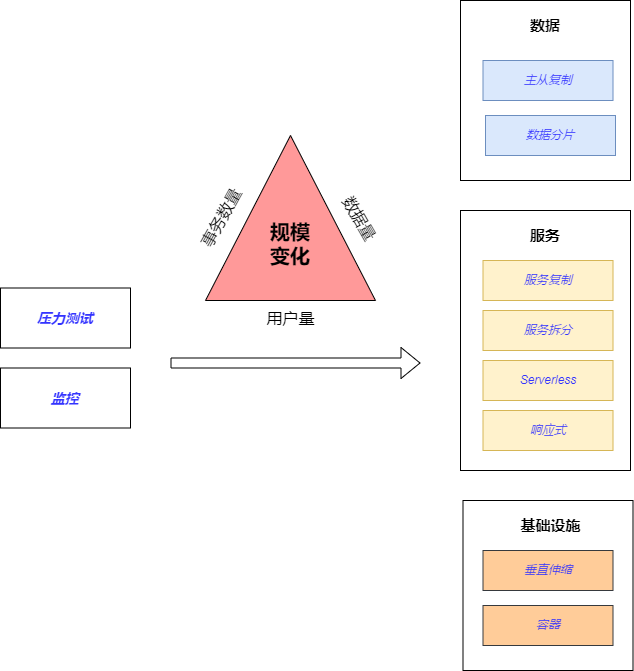
Before: image/scalability.drawio.png, a diagram exported from draw.io (codefossil/javabook). Source tidied: cells renumbered, new cells last; positions are measured from the earlier drawing's top-left corner, leaving out a move shared by most shapes. Its diagram source:
```xml
<mxGraphModel>
  <root>
    <mxCell id="0" />
    <mxCell id="1" parent="0" />
    <mxCell id="2" value="&lt;font color=&quot;#3333ff&quot;&gt;&lt;i&gt;&lt;br&gt;&lt;/i&gt;&lt;/font&gt;" style="rounded=0;whiteSpace=wrap;html=1;" parent="1" vertex="1">
      <mxGeometry x="462.5" y="500" width="170" height="170" as="geometry" />
    </mxCell>
    <mxCell id="3" value="基础设施" style="text;html=1;strokeColor=none;fillColor=none;align=center;verticalAlign=middle;whiteSpace=wrap;rounded=0;fontColor=#000000;fontStyle=1;fontSize=15;" parent="1" vertex="1">
      <mxGeometry x="517.5" y="510" width="65" height="30" as="geometry" />
    </mxCell>
    <mxCell id="4" value="&lt;font color=&quot;#3333ff&quot;&gt;&lt;i&gt;&lt;br&gt;&lt;/i&gt;&lt;/font&gt;" style="rounded=0;whiteSpace=wrap;html=1;" parent="1" vertex="1">
      <mxGeometry x="460" y="210" width="170" height="260" as="geometry" />
    </mxCell>
    <mxCell id="5" value="&lt;font color=&quot;#3333ff&quot;&gt;&lt;i&gt;&lt;br&gt;&lt;/i&gt;&lt;/font&gt;" style="rounded=0;whiteSpace=wrap;html=1;" parent="1" vertex="1">
      <mxGeometry x="460" width="170" height="180" as="geometry" />
    </mxCell>
    <mxCell id="6" value="&lt;font color=&quot;#3333ff&quot;&gt;&lt;i&gt;数据分片&lt;br&gt;&lt;/i&gt;&lt;/font&gt;" style="rounded=0;whiteSpace=wrap;html=1;fillColor=#dae8fc;strokeColor=#6c8ebf;" parent="1" vertex="1">
      <mxGeometry x="485" y="115" width="130" height="40" as="geometry" />
    </mxCell>
    <mxCell id="7" value="&lt;font color=&quot;#3333ff&quot;&gt;&lt;i&gt;主从复制&lt;br&gt;&lt;/i&gt;&lt;/font&gt;" style="rounded=0;whiteSpace=wrap;html=1;fillColor=#dae8fc;strokeColor=#6c8ebf;" parent="1" vertex="1">
      <mxGeometry x="482.5" y="60" width="130" height="40" as="geometry" />
    </mxCell>
    <mxCell id="8" value="&lt;div style=&quot;text-align: left&quot;&gt;&lt;/div&gt;&lt;font&gt;&lt;b style=&quot;font-size: 14px&quot;&gt;&lt;font color=&quot;#3333ff&quot;&gt;&lt;i&gt;压力测试&lt;/i&gt;&lt;/font&gt;&lt;br&gt;&lt;/b&gt;&lt;/font&gt;" style="rounded=0;whiteSpace=wrap;html=1;" parent="1" vertex="1">
      <mxGeometry y="287.5" width="130" height="60" as="geometry" />
    </mxCell>
    <mxCell id="9" value="数据" style="text;html=1;strokeColor=none;fillColor=none;align=center;verticalAlign=middle;whiteSpace=wrap;rounded=0;fontColor=#000000;fontStyle=1;fontSize=15;" parent="1" vertex="1">
      <mxGeometry x="515" y="10" width="60" height="30" as="geometry" />
    </mxCell>
    <mxCell id="10" value="服务" style="text;html=1;strokeColor=none;fillColor=none;align=center;verticalAlign=middle;whiteSpace=wrap;rounded=0;fontColor=#000000;fontStyle=1;fontSize=15;" parent="1" vertex="1">
      <mxGeometry x="515" y="220" width="60" height="30" as="geometry" />
    </mxCell>
    <mxCell id="11" value="&lt;font color=&quot;#3333ff&quot;&gt;&lt;i&gt;服务拆分&lt;br&gt;&lt;/i&gt;&lt;/font&gt;" style="rounded=0;whiteSpace=wrap;html=1;fillColor=#fff2cc;strokeColor=#d6b656;" parent="1" vertex="1">
      <mxGeometry x="482.5" y="310" width="130" height="40" as="geometry" />
    </mxCell>
    <mxCell id="12" value="&lt;font color=&quot;#3333ff&quot;&gt;&lt;i&gt;Serverless&lt;br&gt;&lt;/i&gt;&lt;/font&gt;" style="rounded=0;whiteSpace=wrap;html=1;fillColor=#fff2cc;strokeColor=#d6b656;" parent="1" vertex="1">
      <mxGeometry x="482.5" y="360" width="130" height="40" as="geometry" />
    </mxCell>
    <mxCell id="13" value="&lt;font color=&quot;#3333ff&quot;&gt;&lt;i&gt;响应式&lt;br&gt;&lt;/i&gt;&lt;/font&gt;" style="rounded=0;whiteSpace=wrap;html=1;fillColor=#fff2cc;strokeColor=#d6b656;" parent="1" vertex="1">
      <mxGeometry x="482.5" y="410" width="130" height="40" as="geometry" />
    </mxCell>
    <mxCell id="14" value="&lt;font color=&quot;#3333ff&quot;&gt;&lt;i&gt;垂直伸缩&lt;br&gt;&lt;/i&gt;&lt;/font&gt;" style="rounded=0;whiteSpace=wrap;html=1;fillColor=#ffcc99;strokeColor=#36393d;" parent="1" vertex="1">
      <mxGeometry x="482.5" y="550" width="130" height="40" as="geometry" />
    </mxCell>
    <mxCell id="15" value="&lt;font color=&quot;#3333ff&quot;&gt;&lt;i&gt;容器&lt;br&gt;&lt;/i&gt;&lt;/font&gt;" style="rounded=0;whiteSpace=wrap;html=1;fillColor=#ffcc99;strokeColor=#36393d;" parent="1" vertex="1">
      <mxGeometry x="482.5" y="605" width="130" height="40" as="geometry" />
    </mxCell>
    <mxCell id="16" value="&lt;div style=&quot;text-align: left&quot;&gt;&lt;/div&gt;&lt;font&gt;&lt;b style=&quot;font-size: 14px&quot;&gt;&lt;font color=&quot;#3333ff&quot;&gt;&lt;i&gt;监控&lt;/i&gt;&lt;/font&gt;&lt;br&gt;&lt;/b&gt;&lt;/font&gt;" style="rounded=0;whiteSpace=wrap;html=1;" parent="1" vertex="1">
      <mxGeometry y="367.5" width="130" height="60" as="geometry" />
    </mxCell>
    <mxCell id="17" value="&lt;span style=&quot;font-weight: normal&quot;&gt;用户量&lt;/span&gt;" style="text;strokeColor=none;fillColor=none;html=1;fontSize=16;fontStyle=1;verticalAlign=middle;align=center;fontColor=#000000;" parent="1" vertex="1">
      <mxGeometry x="240" y="297.5" width="100" height="40" as="geometry" />
    </mxCell>
    <mxCell id="18" value="&lt;span style=&quot;font-weight: normal&quot;&gt;事务数量&lt;/span&gt;" style="text;strokeColor=none;fillColor=none;html=1;fontSize=16;fontStyle=1;verticalAlign=middle;align=center;fontColor=#000000;rotation=-61;" parent="1" vertex="1">
      <mxGeometry x="170" y="197.5" width="100" height="40" as="geometry" />
    </mxCell>
    <mxCell id="19" value="&lt;span style=&quot;font-weight: normal&quot;&gt;数据量&lt;/span&gt;" style="text;strokeColor=none;fillColor=none;html=1;fontSize=16;fontStyle=1;verticalAlign=middle;align=center;fontColor=#000000;rotation=60;" parent="1" vertex="1">
      <mxGeometry x="310" y="197.5" width="100" height="40" as="geometry" />
    </mxCell>
    <mxCell id="20" style="triangle;whiteSpace=wrap;html=1;fontSize=16;fontColor=#000000;fillColor=#FF9999;rotation=-90;" parent="1" vertex="1">
      <mxGeometry x="207.5" y="132.5" width="165" height="170" as="geometry" />
    </mxCell>
    <mxCell id="21" value="&lt;b style=&quot;font-size: 20px&quot;&gt;规模&lt;br&gt;变化&lt;br&gt;&lt;/b&gt;" style="text;html=1;strokeColor=none;fillColor=none;align=center;verticalAlign=middle;whiteSpace=wrap;rounded=0;fontSize=20;fontColor=#000000;" parent="1" vertex="1">
      <mxGeometry x="255" y="227.5" width="70" height="30" as="geometry" />
    </mxCell>
    <mxCell id="22" style="shape=flexArrow;endArrow=classic;html=1;fontSize=20;fontColor=#000000;" parent="1" edge="1">
      <mxGeometry relative="1" as="geometry">
        <mxPoint x="170" y="362.5" as="sourcePoint" />
        <mxPoint x="420" y="362.5" as="targetPoint" />
      </mxGeometry>
    </mxCell>
    <mxCell id="23" value="&lt;font color=&quot;#3333ff&quot;&gt;&lt;i&gt;服务复制&lt;br&gt;&lt;/i&gt;&lt;/font&gt;" style="rounded=0;whiteSpace=wrap;html=1;fillColor=#fff2cc;strokeColor=#d6b656;" parent="1" vertex="1">
      <mxGeometry x="482.5" y="260" width="130" height="40" as="geometry" />
    </mxCell>
  </root>
</mxGraphModel>
```
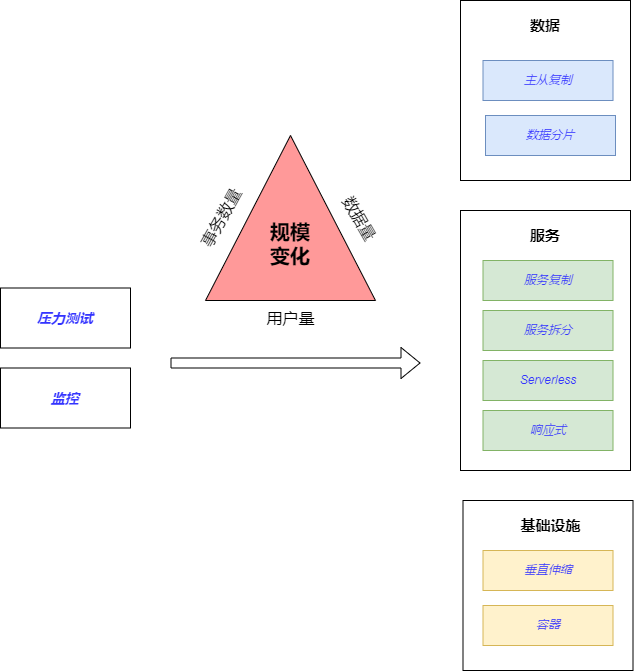
The same diagram one commit later.

Change to the diagram source:
```diff
@@ -29,19 +29,19 @@
     <mxCell id="10" value="服务" style="text;html=1;strokeColor=none;fillColor=none;align=center;verticalAlign=middle;whiteSpace=wrap;rounded=0;fontColor=#000000;fontStyle=1;fontSize=15;" parent="1" vertex="1">
       <mxGeometry x="515" y="220" width="60" height="30" as="geometry" />
     </mxCell>
-    <mxCell id="11" value="&lt;font color=&quot;#3333ff&quot;&gt;&lt;i&gt;服务拆分&lt;br&gt;&lt;/i&gt;&lt;/font&gt;" style="rounded=0;whiteSpace=wrap;html=1;fillColor=#fff2cc;strokeColor=#d6b656;" parent="1" vertex="1">
+    <mxCell id="11" value="&lt;font color=&quot;#3333ff&quot;&gt;&lt;i&gt;服务拆分&lt;br&gt;&lt;/i&gt;&lt;/font&gt;" style="rounded=0;whiteSpace=wrap;html=1;fillColor=#d5e8d4;strokeColor=#82b366;" parent="1" vertex="1">
       <mxGeometry x="482.5" y="310" width="130" height="40" as="geometry" />
     </mxCell>
-    <mxCell id="12" value="&lt;font color=&quot;#3333ff&quot;&gt;&lt;i&gt;Serverless&lt;br&gt;&lt;/i&gt;&lt;/font&gt;" style="rounded=0;whiteSpace=wrap;html=1;fillColor=#fff2cc;strokeColor=#d6b656;" parent="1" vertex="1">
+    <mxCell id="12" value="&lt;font color=&quot;#3333ff&quot;&gt;&lt;i&gt;Serverless&lt;br&gt;&lt;/i&gt;&lt;/font&gt;" style="rounded=0;whiteSpace=wrap;html=1;fillColor=#d5e8d4;strokeColor=#82b366;" parent="1" vertex="1">
       <mxGeometry x="482.5" y="360" width="130" height="40" as="geometry" />
     </mxCell>
-    <mxCell id="13" value="&lt;font color=&quot;#3333ff&quot;&gt;&lt;i&gt;响应式&lt;br&gt;&lt;/i&gt;&lt;/font&gt;" style="rounded=0;whiteSpace=wrap;html=1;fillColor=#fff2cc;strokeColor=#d6b656;" parent="1" vertex="1">
+    <mxCell id="13" value="&lt;font color=&quot;#3333ff&quot;&gt;&lt;i&gt;响应式&lt;br&gt;&lt;/i&gt;&lt;/font&gt;" style="rounded=0;whiteSpace=wrap;html=1;fillColor=#d5e8d4;strokeColor=#82b366;" parent="1" vertex="1">
       <mxGeometry x="482.5" y="410" width="130" height="40" as="geometry" />
     </mxCell>
-    <mxCell id="14" value="&lt;font color=&quot;#3333ff&quot;&gt;&lt;i&gt;垂直伸缩&lt;br&gt;&lt;/i&gt;&lt;/font&gt;" style="rounded=0;whiteSpace=wrap;html=1;fillColor=#ffcc99;strokeColor=#36393d;" parent="1" vertex="1">
+    <mxCell id="14" value="&lt;font color=&quot;#3333ff&quot;&gt;&lt;i&gt;垂直伸缩&lt;br&gt;&lt;/i&gt;&lt;/font&gt;" style="rounded=0;whiteSpace=wrap;html=1;fillColor=#fff2cc;strokeColor=#d6b656;" parent="1" vertex="1">
       <mxGeometry x="482.5" y="550" width="130" height="40" as="geometry" />
     </mxCell>
-    <mxCell id="15" value="&lt;font color=&quot;#3333ff&quot;&gt;&lt;i&gt;容器&lt;br&gt;&lt;/i&gt;&lt;/font&gt;" style="rounded=0;whiteSpace=wrap;html=1;fillColor=#ffcc99;strokeColor=#36393d;" parent="1" vertex="1">
+    <mxCell id="15" value="&lt;font color=&quot;#3333ff&quot;&gt;&lt;i&gt;容器&lt;br&gt;&lt;/i&gt;&lt;/font&gt;" style="rounded=0;whiteSpace=wrap;html=1;fillColor=#fff2cc;strokeColor=#d6b656;" parent="1" vertex="1">
       <mxGeometry x="482.5" y="605" width="130" height="40" as="geometry" />
     </mxCell>
     <mxCell id="16" value="&lt;div style=&quot;text-align: left&quot;&gt;&lt;/div&gt;&lt;font&gt;&lt;b style=&quot;font-size: 14px&quot;&gt;&lt;font color=&quot;#3333ff&quot;&gt;&lt;i&gt;监控&lt;/i&gt;&lt;/font&gt;&lt;br&gt;&lt;/b&gt;&lt;/font&gt;" style="rounded=0;whiteSpace=wrap;html=1;" parent="1" vertex="1">
@@ -68,7 +68,7 @@
         <mxPoint x="420" y="362.5" as="targetPoint" />
       </mxGeometry>
     </mxCell>
-    <mxCell id="23" value="&lt;font color=&quot;#3333ff&quot;&gt;&lt;i&gt;服务复制&lt;br&gt;&lt;/i&gt;&lt;/font&gt;" style="rounded=0;whiteSpace=wrap;html=1;fillColor=#fff2cc;strokeColor=#d6b656;" parent="1" vertex="1">
+    <mxCell id="23" value="&lt;font color=&quot;#3333ff&quot;&gt;&lt;i&gt;服务复制&lt;br&gt;&lt;/i&gt;&lt;/font&gt;" style="rounded=0;whiteSpace=wrap;html=1;fillColor=#d5e8d4;strokeColor=#82b366;" parent="1" vertex="1">
       <mxGeometry x="482.5" y="260" width="130" height="40" as="geometry" />
     </mxCell>
   </root>
```
